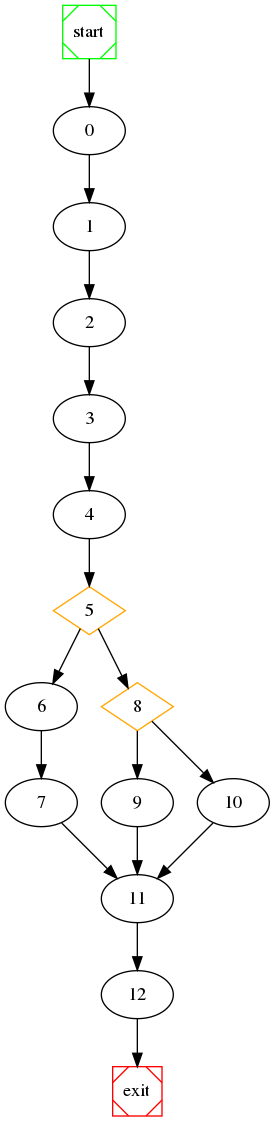
The Graphviz diagram wpc/raw_graph.png in NabeelQaiser/BTP_2k18-19, before a commit. Its source is kept beside it as wpc/raw_graph.dot.
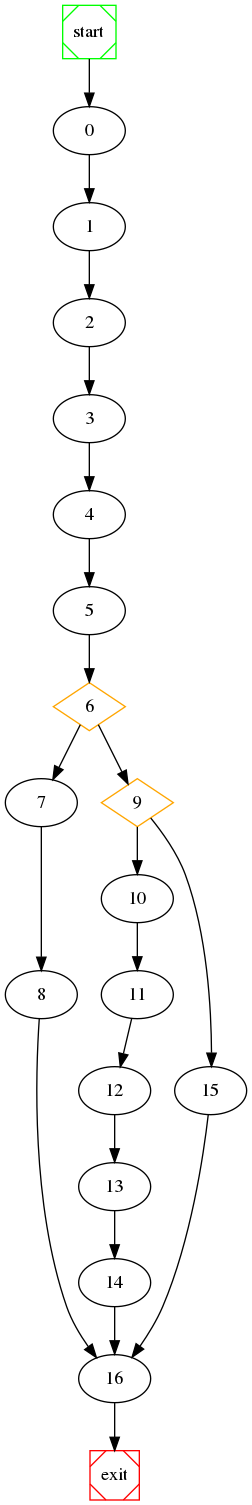
After the change.

What changed in the source:
```diff
@@ -5,19 +5,23 @@
 	1 -> 2 ;
 	2 -> 3 ;
 	3 -> 4 ;
-	5 [shape=diamond, color=orange] ;
+	4 -> 5 ;
+	6 [shape=diamond, color=orange] ;
+	7 -> 8 ;
 	6 -> 7 ;
+	9 [shape=diamond, color=orange] ;
+	6 -> 9 ;
+	10 -> 11 ;
+	11 -> 12 ;
+	12 -> 13 ;
+	13 -> 14 ;
+	9 -> 10 ;
+	9 -> 15 ;
 	5 -> 6 ;
-	8 [shape=diamond, color=orange] ;
-	5 -> 8 ;
-	8 -> 9 ;
-	8 -> 10 ;
-	4 -> 5 ;
-	10 -> 11 ;
-	9 -> 11 ;
-	7 -> 11 ;
-	11 -> 12 ;
-	12 -> exit;
+	8 -> 16 ;
+	15 -> 16 ;
+	14 -> 16 ;
+	16 -> exit;
 
 	start [shape=Msquare, color=green];
 	exit [shape=Msquare, color=red];
```
